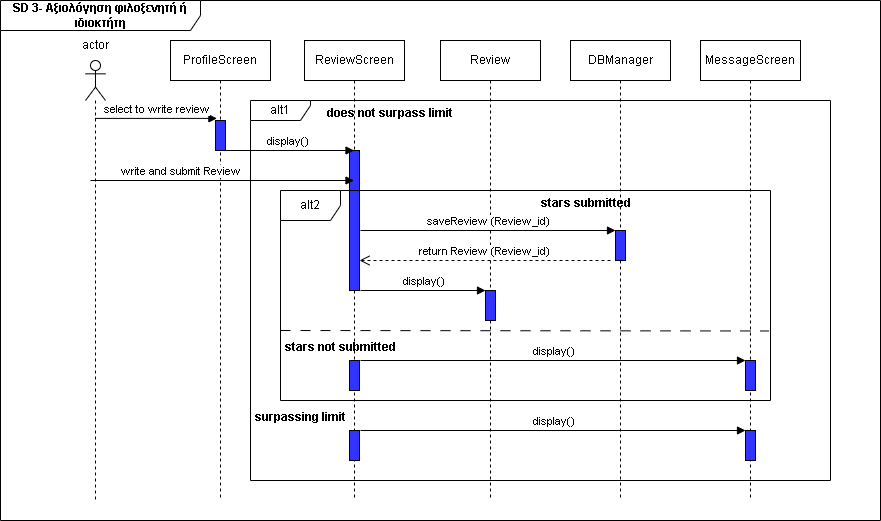
Earlier version of the draw.io export SD2-UC2.drawio.png (GeorgeTsav/Software-Technology---Project-2024-2025). Source tidied: cells renumbered, new cells last; positions are measured from the earlier drawing's top-left corner, leaving out a move shared by most shapes. The source it was exported from:
```xml
<mxGraphModel>
  <root>
    <mxCell id="0" />
    <mxCell id="1" parent="0" />
    <mxCell id="2" value="&lt;b&gt;SD 3- Αξιολόγηση φιλοξενητή ή ιδιοκτήτη&lt;/b&gt;" style="shape=umlFrame;whiteSpace=wrap;html=1;width=200;height=30;" parent="1" vertex="1">
      <mxGeometry width="880" height="520" as="geometry" />
    </mxCell>
    <mxCell id="3" style="shape=umlLifeline;perimeter=lifelinePerimeter;whiteSpace=wrap;html=1;outlineConnect=0;portConstraint=eastwest;newEdgeStyle={&quot;curved&quot;:0,&quot;rounded&quot;:0};participant=umlActor;" parent="1" vertex="1">
      <mxGeometry x="85" y="60" width="20" height="440" as="geometry" />
    </mxCell>
    <mxCell id="4" value="actor" style="text;html=1;align=center;verticalAlign=middle;strokeColor=none;fillColor=none;" parent="1" vertex="1">
      <mxGeometry x="70" y="30" width="50" height="30" as="geometry" />
    </mxCell>
    <mxCell id="5" value="ProfileScreen" style="shape=umlLifeline;perimeter=lifelinePerimeter;whiteSpace=wrap;html=1;newEdgeStyle={&quot;curved&quot;:0,&quot;rounded&quot;:0};" parent="1" vertex="1">
      <mxGeometry x="170" y="40" width="100" height="460" as="geometry" />
    </mxCell>
    <mxCell id="6" style="html=1;points=[[0,0,0,0,5],[0,1,0,0,-5],[1,0,0,0,5],[1,1,0,0,-5]];perimeter=orthogonalPerimeter;outlineConnect=0;targetShapes=umlLifeline;portConstraint=eastwest;newEdgeStyle={&quot;curved&quot;:0,&quot;rounded&quot;:0};fillColor=#3333FF;" parent="5" vertex="1">
      <mxGeometry x="45" y="80" width="10" height="30" as="geometry" />
    </mxCell>
    <mxCell id="7" value="ReviewScreen" style="shape=umlLifeline;perimeter=lifelinePerimeter;whiteSpace=wrap;html=1;newEdgeStyle={&quot;curved&quot;:0,&quot;rounded&quot;:0};" parent="1" vertex="1">
      <mxGeometry x="304" y="40" width="100" height="460" as="geometry" />
    </mxCell>
    <mxCell id="8" style="html=1;points=[[0,0,0,0,5],[0,1,0,0,-5],[1,0,0,0,5],[1,1,0,0,-5]];perimeter=orthogonalPerimeter;outlineConnect=0;targetShapes=umlLifeline;portConstraint=eastwest;newEdgeStyle={&quot;curved&quot;:0,&quot;rounded&quot;:0};fillColor=#3333FF;" parent="7" vertex="1">
      <mxGeometry x="45" y="110" width="10" height="140" as="geometry" />
    </mxCell>
    <mxCell id="9" value="Review" style="shape=umlLifeline;perimeter=lifelinePerimeter;whiteSpace=wrap;html=1;newEdgeStyle={&quot;curved&quot;:0,&quot;rounded&quot;:0};" parent="1" vertex="1">
      <mxGeometry x="440" y="40" width="100" height="460" as="geometry" />
    </mxCell>
    <mxCell id="10" value="DBManager" style="shape=umlLifeline;perimeter=lifelinePerimeter;whiteSpace=wrap;html=1;newEdgeStyle={&quot;curved&quot;:0,&quot;rounded&quot;:0};" parent="1" vertex="1">
      <mxGeometry x="570" y="40" width="100" height="460" as="geometry" />
    </mxCell>
    <mxCell id="11" value="MessageScreen" style="shape=umlLifeline;perimeter=lifelinePerimeter;whiteSpace=wrap;html=1;newEdgeStyle={&quot;curved&quot;:0,&quot;rounded&quot;:0};" parent="1" vertex="1">
      <mxGeometry x="700" y="40" width="100" height="460" as="geometry" />
    </mxCell>
    <mxCell id="12" value="select to write review" style="html=1;verticalAlign=bottom;endArrow=block;curved=0;rounded=0;entryX=0.14;entryY=-0.07;entryDx=0;entryDy=0;entryPerimeter=0;" parent="1" edge="1" source="3" target="6">
      <mxGeometry relative="1" as="geometry" />
    </mxCell>
    <mxCell id="13" value="display()" style="html=1;verticalAlign=bottom;endArrow=block;curved=0;rounded=0;" parent="1" edge="1">
      <mxGeometry relative="1" as="geometry">
        <mxPoint x="220" y="150" as="sourcePoint" />
        <mxPoint x="353.5" y="150" as="targetPoint" />
      </mxGeometry>
    </mxCell>
    <mxCell id="14" value="write and submit Review" style="html=1;verticalAlign=bottom;endArrow=block;curved=0;rounded=0;" parent="1" edge="1">
      <mxGeometry x="-0.32" relative="1" as="geometry">
        <mxPoint x="90" y="180" as="sourcePoint" />
        <mxPoint x="353.5" y="180" as="targetPoint" />
      </mxGeometry>
    </mxCell>
    <mxCell id="15" value="alt1" style="shape=umlFrame;whiteSpace=wrap;html=1;width=60;height=20;" parent="1" vertex="1">
      <mxGeometry x="250" y="100" width="580" height="380" as="geometry" />
    </mxCell>
    <mxCell id="16" value="does not surpass limit" style="text;align=center;fontStyle=1;verticalAlign=middle;spacingLeft=3;spacingRight=3;strokeColor=none;html=1;" parent="1" vertex="1">
      <mxGeometry x="349" y="100" width="80" height="26" as="geometry" />
    </mxCell>
    <mxCell id="17" value="alt2" style="shape=umlFrame;whiteSpace=wrap;html=1;" parent="1" vertex="1">
      <mxGeometry x="280" y="190" width="490" height="210" as="geometry" />
    </mxCell>
    <mxCell id="18" style="html=1;perimeter=orthogonalPerimeter;targetShapes=umlLifeline;newEdgeStyle={&quot;curved&quot;:0,&quot;rounded&quot;:0};fillColor=#3333FF;" parent="1" vertex="1">
      <mxGeometry x="615" y="230" width="10" height="30" as="geometry" />
    </mxCell>
    <mxCell id="19" value="saveReview (Review_id)" style="html=1;verticalAlign=bottom;endArrow=block;curved=0;rounded=0;" parent="1" edge="1">
      <mxGeometry relative="1" as="geometry">
        <mxPoint x="360" y="230" as="sourcePoint" />
        <mxPoint x="615" y="230" as="targetPoint" />
      </mxGeometry>
    </mxCell>
    <mxCell id="20" value="return Review (Review_id)" style="html=1;verticalAlign=bottom;endArrow=open;dashed=1;endSize=8;curved=0;rounded=0;" parent="1" edge="1" target="8">
      <mxGeometry relative="1" as="geometry">
        <mxPoint x="610" y="260" as="sourcePoint" />
      </mxGeometry>
    </mxCell>
    <mxCell id="21" value="stars submitted" style="text;align=center;fontStyle=1;verticalAlign=middle;spacingLeft=3;spacingRight=3;strokeColor=none;html=1;" parent="1" vertex="1">
      <mxGeometry x="545" y="190" width="80" height="26" as="geometry" />
    </mxCell>
    <mxCell id="22" style="html=1;points=[[0,0,0,0,5],[0,1,0,0,-5],[1,0,0,0,5],[1,1,0,0,-5]];perimeter=orthogonalPerimeter;outlineConnect=0;targetShapes=umlLifeline;portConstraint=eastwest;newEdgeStyle={&quot;curved&quot;:0,&quot;rounded&quot;:0};fillColor=#3333FF;" parent="1" vertex="1">
      <mxGeometry x="485" y="290" width="10" height="30" as="geometry" />
    </mxCell>
    <mxCell id="23" value="display()" style="html=1;verticalAlign=bottom;endArrow=block;curved=0;rounded=0;" parent="1" edge="1" target="22">
      <mxGeometry relative="1" as="geometry">
        <mxPoint x="360" y="290" as="sourcePoint" />
      </mxGeometry>
    </mxCell>
    <mxCell id="24" value="stars not submitted" style="text;align=center;fontStyle=1;verticalAlign=middle;spacingLeft=3;spacingRight=3;strokeColor=none;html=1;" parent="1" vertex="1">
      <mxGeometry x="300" y="334" width="80" height="26" as="geometry" />
    </mxCell>
    <mxCell id="25" style="html=1;perimeter=orthogonalPerimeter;targetShapes=umlLifeline;newEdgeStyle={&quot;curved&quot;:0,&quot;rounded&quot;:0};fillColor=#3333FF;" parent="1" vertex="1">
      <mxGeometry x="349" y="360" width="10" height="30" as="geometry" />
    </mxCell>
    <mxCell id="26" style="html=1;points=[[0,0,0,0,5],[0,1,0,0,-5],[1,0,0,0,5],[1,1,0,0,-5]];perimeter=orthogonalPerimeter;outlineConnect=0;targetShapes=umlLifeline;portConstraint=eastwest;newEdgeStyle={&quot;curved&quot;:0,&quot;rounded&quot;:0};fillColor=#3333FF;" parent="1" vertex="1">
      <mxGeometry x="745" y="360" width="10" height="30" as="geometry" />
    </mxCell>
    <mxCell id="27" value="display()" style="html=1;verticalAlign=bottom;endArrow=block;curved=0;rounded=0;entryX=0;entryY=0;entryDx=0;entryDy=0;entryPerimeter=0;" parent="1" edge="1" target="26">
      <mxGeometry relative="1" as="geometry">
        <mxPoint x="360" y="360" as="sourcePoint" />
      </mxGeometry>
    </mxCell>
    <mxCell id="28" value="surpassing limit" style="text;align=center;fontStyle=1;verticalAlign=middle;spacingLeft=3;spacingRight=3;strokeColor=none;html=1;" parent="1" vertex="1">
      <mxGeometry x="260" y="404" width="80" height="26" as="geometry" />
    </mxCell>
    <mxCell id="29" style="html=1;points=[[0,0,0,0,5],[0,1,0,0,-5],[1,0,0,0,5],[1,1,0,0,-5]];perimeter=orthogonalPerimeter;outlineConnect=0;targetShapes=umlLifeline;portConstraint=eastwest;newEdgeStyle={&quot;curved&quot;:0,&quot;rounded&quot;:0};fillColor=#3333FF;" parent="1" vertex="1">
      <mxGeometry x="349" y="430" width="10" height="30" as="geometry" />
    </mxCell>
    <mxCell id="30" style="html=1;points=[[0,0,0,0,5],[0,1,0,0,-5],[1,0,0,0,5],[1,1,0,0,-5]];perimeter=orthogonalPerimeter;outlineConnect=0;targetShapes=umlLifeline;portConstraint=eastwest;newEdgeStyle={&quot;curved&quot;:0,&quot;rounded&quot;:0};fillColor=#3333FF;" parent="1" vertex="1">
      <mxGeometry x="745" y="430" width="10" height="30" as="geometry" />
    </mxCell>
    <mxCell id="31" value="display()" style="html=1;verticalAlign=bottom;endArrow=block;curved=0;rounded=0;" parent="1" edge="1" target="30">
      <mxGeometry relative="1" as="geometry">
        <mxPoint x="360" y="430" as="sourcePoint" />
      </mxGeometry>
    </mxCell>
    <mxCell id="32" style="endArrow=none;startArrow=none;endFill=0;startFill=0;endSize=8;html=1;verticalAlign=bottom;dashed=1;labelBackgroundColor=none;dashPattern=10 10;rounded=0;entryX=0.997;entryY=0.669;entryDx=0;entryDy=0;entryPerimeter=0;" parent="1" edge="1" target="17">
      <mxGeometry relative="1" as="geometry">
        <mxPoint x="280" y="330" as="sourcePoint" />
      </mxGeometry>
    </mxCell>
  </root>
</mxGraphModel>
```
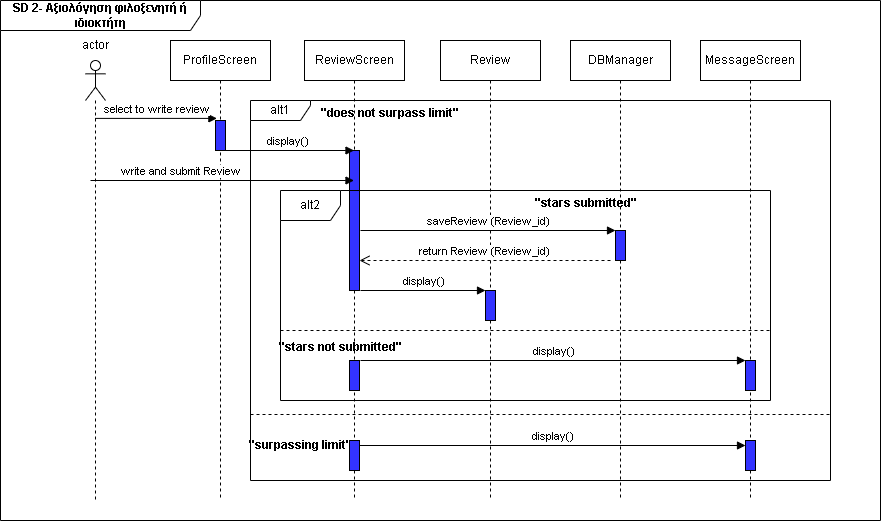
The same diagram one commit later.

Change to the diagram source:
```diff
@@ -2,7 +2,7 @@
   <root>
     <mxCell id="0" />
     <mxCell id="1" parent="0" />
-    <mxCell id="2" value="&lt;b&gt;SD 3- Αξιολόγηση φιλοξενητή ή ιδιοκτήτη&lt;/b&gt;" style="shape=umlFrame;whiteSpace=wrap;html=1;width=200;height=30;" parent="1" vertex="1">
+    <mxCell id="2" value="&lt;b&gt;SD 2- Αξιολόγηση φιλοξενητή ή ιδιοκτήτη&lt;/b&gt;" style="shape=umlFrame;whiteSpace=wrap;html=1;width=200;height=30;" parent="1" vertex="1">
       <mxGeometry width="880" height="520" as="geometry" />
     </mxCell>
     <mxCell id="3" style="shape=umlLifeline;perimeter=lifelinePerimeter;whiteSpace=wrap;html=1;outlineConnect=0;portConstraint=eastwest;newEdgeStyle={&quot;curved&quot;:0,&quot;rounded&quot;:0};participant=umlActor;" parent="1" vertex="1">
@@ -50,7 +50,7 @@
     <mxCell id="15" value="alt1" style="shape=umlFrame;whiteSpace=wrap;html=1;width=60;height=20;" parent="1" vertex="1">
       <mxGeometry x="250" y="100" width="580" height="380" as="geometry" />
     </mxCell>
-    <mxCell id="16" value="does not surpass limit" style="text;align=center;fontStyle=1;verticalAlign=middle;spacingLeft=3;spacingRight=3;strokeColor=none;html=1;" parent="1" vertex="1">
+    <mxCell id="16" value="&quot;does not surpass limit&quot;" style="text;align=center;fontStyle=1;verticalAlign=middle;spacingLeft=3;spacingRight=3;strokeColor=none;html=1;" parent="1" vertex="1">
       <mxGeometry x="349" y="100" width="80" height="26" as="geometry" />
     </mxCell>
     <mxCell id="17" value="alt2" style="shape=umlFrame;whiteSpace=wrap;html=1;" parent="1" vertex="1">
@@ -70,7 +70,7 @@
         <mxPoint x="610" y="260" as="sourcePoint" />
       </mxGeometry>
     </mxCell>
-    <mxCell id="21" value="stars submitted" style="text;align=center;fontStyle=1;verticalAlign=middle;spacingLeft=3;spacingRight=3;strokeColor=none;html=1;" parent="1" vertex="1">
+    <mxCell id="21" value="&quot;stars submitted&quot;" style="text;align=center;fontStyle=1;verticalAlign=middle;spacingLeft=3;spacingRight=3;strokeColor=none;html=1;" parent="1" vertex="1">
       <mxGeometry x="545" y="190" width="80" height="26" as="geometry" />
     </mxCell>
     <mxCell id="22" style="html=1;points=[[0,0,0,0,5],[0,1,0,0,-5],[1,0,0,0,5],[1,1,0,0,-5]];perimeter=orthogonalPerimeter;outlineConnect=0;targetShapes=umlLifeline;portConstraint=eastwest;newEdgeStyle={&quot;curved&quot;:0,&quot;rounded&quot;:0};fillColor=#3333FF;" parent="1" vertex="1">
@@ -81,7 +81,7 @@
         <mxPoint x="360" y="290" as="sourcePoint" />
       </mxGeometry>
     </mxCell>
-    <mxCell id="24" value="stars not submitted" style="text;align=center;fontStyle=1;verticalAlign=middle;spacingLeft=3;spacingRight=3;strokeColor=none;html=1;" parent="1" vertex="1">
+    <mxCell id="24" value="&quot;stars not submitted&quot;" style="text;align=center;fontStyle=1;verticalAlign=middle;spacingLeft=3;spacingRight=3;strokeColor=none;html=1;" parent="1" vertex="1">
       <mxGeometry x="300" y="334" width="80" height="26" as="geometry" />
     </mxCell>
     <mxCell id="25" style="html=1;perimeter=orthogonalPerimeter;targetShapes=umlLifeline;newEdgeStyle={&quot;curved&quot;:0,&quot;rounded&quot;:0};fillColor=#3333FF;" parent="1" vertex="1">
@@ -95,24 +95,23 @@
         <mxPoint x="360" y="360" as="sourcePoint" />
       </mxGeometry>
     </mxCell>
-    <mxCell id="28" value="surpassing limit" style="text;align=center;fontStyle=1;verticalAlign=middle;spacingLeft=3;spacingRight=3;strokeColor=none;html=1;" parent="1" vertex="1">
-      <mxGeometry x="260" y="404" width="80" height="26" as="geometry" />
+    <mxCell id="28" value="&quot;surpassing limit&quot;" style="text;align=center;fontStyle=1;verticalAlign=middle;spacingLeft=3;spacingRight=3;strokeColor=none;html=1;" parent="1" vertex="1">
+      <mxGeometry x="260" y="432" width="80" height="26" as="geometry" />
     </mxCell>
     <mxCell id="29" style="html=1;points=[[0,0,0,0,5],[0,1,0,0,-5],[1,0,0,0,5],[1,1,0,0,-5]];perimeter=orthogonalPerimeter;outlineConnect=0;targetShapes=umlLifeline;portConstraint=eastwest;newEdgeStyle={&quot;curved&quot;:0,&quot;rounded&quot;:0};fillColor=#3333FF;" parent="1" vertex="1">
-      <mxGeometry x="349" y="430" width="10" height="30" as="geometry" />
+      <mxGeometry x="349" y="440" width="10" height="30" as="geometry" />
     </mxCell>
     <mxCell id="30" style="html=1;points=[[0,0,0,0,5],[0,1,0,0,-5],[1,0,0,0,5],[1,1,0,0,-5]];perimeter=orthogonalPerimeter;outlineConnect=0;targetShapes=umlLifeline;portConstraint=eastwest;newEdgeStyle={&quot;curved&quot;:0,&quot;rounded&quot;:0};fillColor=#3333FF;" parent="1" vertex="1">
-      <mxGeometry x="745" y="430" width="10" height="30" as="geometry" />
+      <mxGeometry x="745" y="440" width="10" height="30" as="geometry" />
     </mxCell>
-    <mxCell id="31" value="display()" style="html=1;verticalAlign=bottom;endArrow=block;curved=0;rounded=0;" parent="1" edge="1" target="30">
-      <mxGeometry relative="1" as="geometry">
-        <mxPoint x="360" y="430" as="sourcePoint" />
-      </mxGeometry>
+    <mxCell id="31" value="display()" style="html=1;verticalAlign=bottom;endArrow=block;curved=0;rounded=0;exitX=1;exitY=0;exitDx=0;exitDy=5;exitPerimeter=0;" parent="1" edge="1" source="29" target="30">
+      <mxGeometry relative="1" as="geometry" />
     </mxCell>
-    <mxCell id="32" style="endArrow=none;startArrow=none;endFill=0;startFill=0;endSize=8;html=1;verticalAlign=bottom;dashed=1;labelBackgroundColor=none;dashPattern=10 10;rounded=0;entryX=0.997;entryY=0.669;entryDx=0;entryDy=0;entryPerimeter=0;" parent="1" edge="1" target="17">
-      <mxGeometry relative="1" as="geometry">
-        <mxPoint x="280" y="330" as="sourcePoint" />
-      </mxGeometry>
-    </mxCell>
+    <mxCell id="33" style="line;strokeWidth=1;fillColor=none;align=left;verticalAlign=middle;spacingTop=-1;spacingLeft=3;spacingRight=3;labelPosition=right;strokeColor=inherit;dashed=1;" parent="1" vertex="1">
+      <mxGeometry x="280" y="326" width="490" height="8" as="geometry" />
+    </mxCell>
+    <mxCell id="34" style="line;strokeWidth=1;fillColor=none;align=left;verticalAlign=middle;spacingTop=-1;spacingLeft=3;spacingRight=3;labelPosition=right;strokeColor=inherit;dashed=1;" parent="1" vertex="1">
+      <mxGeometry x="250" y="410" width="580" height="8" as="geometry" />
+    </mxCell>
   </root>
 </mxGraphModel>
```
